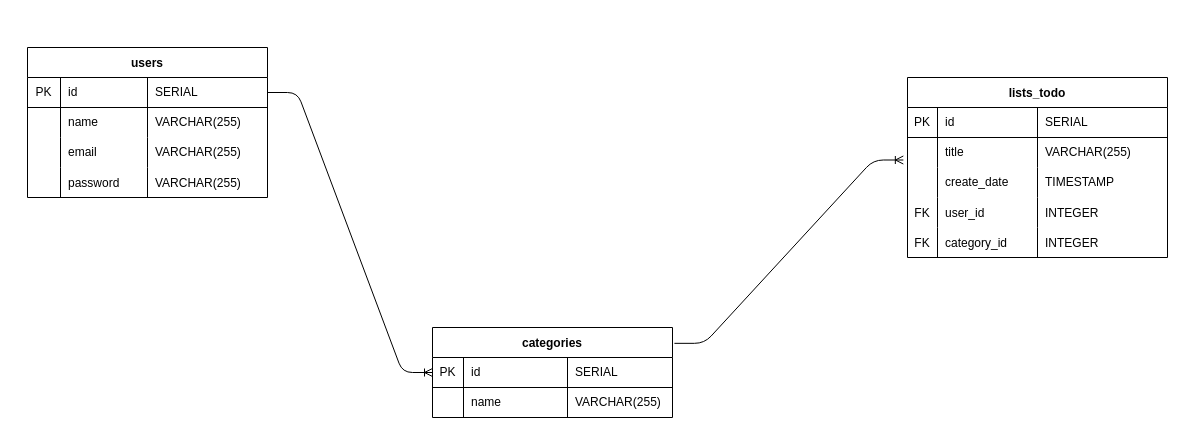
Above: ERD/ERD-SmartToDo.drawio in zacharypantalone/Smart-ToDo-List (draw.io), before the change. Source tidied: cells renumbered, new cells numbered last; positions are measured from the earlier drawing's top-left corner, leaving out a move shared by most shapes. Both pictures are drawn from the tidied source at 100%, with x=0, y=0 at pixel (27, 47).
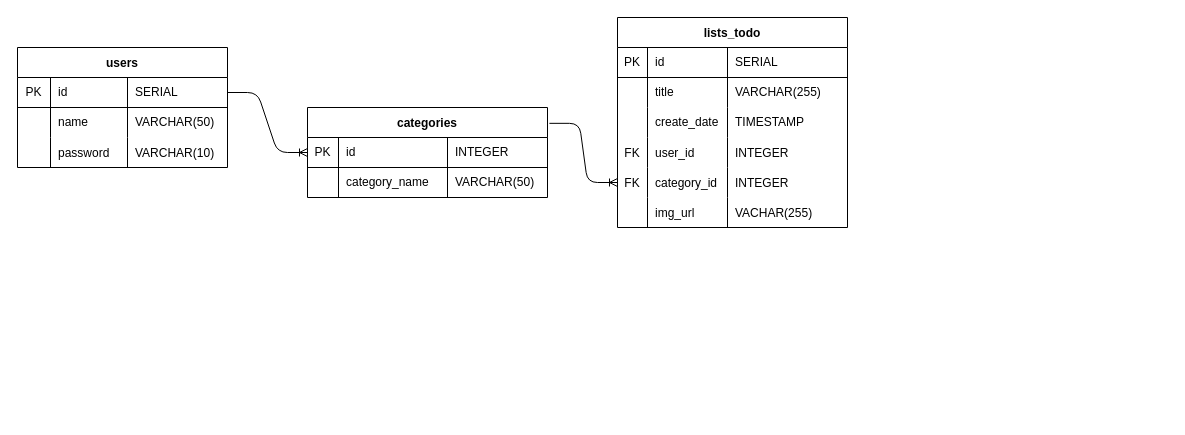
The same page after the edit.

The change refers to these unchanged cells:
```xml
<mxCell id="24" style="shape=partialRectangle;html=1;whiteSpace=wrap;fillColor=none;top=0;left=0;bottom=1;right=0;points=[[0,0.5],[1,0.5]];portConstraint=eastwest;" parent="23" vertex="1">
  <mxGeometry y="30" width="240" height="30" as="geometry" />
</mxCell>
<mxCell id="28" style="shape=partialRectangle;html=1;whiteSpace=wrap;fillColor=none;top=0;left=0;bottom=0;right=0;" parent="23" vertex="1">
  <mxGeometry y="60" width="240" height="30" as="geometry" />
</mxCell>
```

What changed in the source:
```diff
@@
     <mxCell id="2" value="lists_todo" style="shape=table;startSize=30;childLayout=tableLayout;rowLines=0;fontStyle=1;align=center;" parent="1" vertex="1">
-      <mxGeometry x="880" y="30" width="260" height="180" as="geometry" />
+      <mxGeometry x="590" y="-30" width="230" height="210" as="geometry" />
     </mxCell>
     <mxCell id="3" style="shape=partialRectangle;html=1;whiteSpace=wrap;fillColor=none;top=0;left=0;bottom=1;right=0;" parent="2" vertex="1">
-      <mxGeometry y="30" width="260" height="30" as="geometry" />
+      <mxGeometry y="30" width="230" height="30" as="geometry" />
     </mxCell>
@@
     <mxCell id="5" value="id" style="shape=partialRectangle;html=1;whiteSpace=wrap;fillColor=none;top=0;left=0;bottom=0;right=0;align=left;spacingLeft=6;overflow=hidden;" parent="3" vertex="1">
-      <mxGeometry x="30" width="100" height="30" as="geometry" />
+      <mxGeometry x="30" width="80" height="30" as="geometry" />
     </mxCell>
     <mxCell id="6" value="SERIAL" style="shape=partialRectangle;html=1;whiteSpace=wrap;fillColor=none;top=0;left=0;bottom=0;right=0;align=left;spacingLeft=6;overflow=hidden;" parent="3" vertex="1">
-      <mxGeometry x="130" width="130" height="30" as="geometry" />
+      <mxGeometry x="110" width="120" height="30" as="geometry" />
     </mxCell>
     <mxCell id="7" style="shape=partialRectangle;html=1;whiteSpace=wrap;fillColor=none;top=0;left=0;bottom=0;right=0;points=[[0,0.5],[1,0.5]];portConstraint=eastwest;" parent="2" vertex="1">
-      <mxGeometry y="60" width="260" height="30" as="geometry" />
+      <mxGeometry y="60" width="230" height="30" as="geometry" />
     </mxCell>
@@
     <mxCell id="9" value="title" style="shape=partialRectangle;html=1;whiteSpace=wrap;fillColor=none;top=0;left=0;bottom=0;right=0;align=left;spacingLeft=6;overflow=hidden;" parent="7" vertex="1">
-      <mxGeometry x="30" width="100" height="30" as="geometry" />
+      <mxGeometry x="30" width="80" height="30" as="geometry" />
     </mxCell>
     <mxCell id="10" value="VARCHAR(255)" style="shape=partialRectangle;html=1;whiteSpace=wrap;fillColor=none;top=0;left=0;bottom=0;right=0;align=left;spacingLeft=6;overflow=hidden;" parent="7" vertex="1">
-      <mxGeometry x="130" width="130" height="30" as="geometry" />
+      <mxGeometry x="110" width="120" height="30" as="geometry" />
     </mxCell>
     <mxCell id="11" style="shape=partialRectangle;html=1;whiteSpace=wrap;fillColor=none;top=0;left=0;bottom=0;right=0;" parent="2" vertex="1">
-      <mxGeometry y="90" width="260" height="30" as="geometry" />
+      <mxGeometry y="90" width="230" height="30" as="geometry" />
     </mxCell>
@@
     <mxCell id="13" value="create_date" style="shape=partialRectangle;html=1;whiteSpace=wrap;fillColor=none;top=0;left=0;bottom=0;right=0;align=left;spacingLeft=6;overflow=hidden;" parent="11" vertex="1">
-      <mxGeometry x="30" width="100" height="30" as="geometry" />
+      <mxGeometry x="30" width="80" height="30" as="geometry" />
     </mxCell>
     <mxCell id="14" value="TIMESTAMP" style="shape=partialRectangle;html=1;whiteSpace=wrap;fillColor=none;top=0;left=0;bottom=0;right=0;align=left;spacingLeft=6;overflow=hidden;" parent="11" vertex="1">
-      <mxGeometry x="130" width="130" height="30" as="geometry" />
+      <mxGeometry x="110" width="120" height="30" as="geometry" />
     </mxCell>
     <mxCell id="15" style="shape=tableRow;horizontal=0;startSize=0;swimlaneHead=0;swimlaneBody=0;fillColor=none;top=0;left=0;right=0;bottom=0;" parent="2" vertex="1">
-      <mxGeometry y="120" width="260" height="30" as="geometry" />
+      <mxGeometry y="120" width="230" height="30" as="geometry" />
     </mxCell>
@@
     <mxCell id="17" value="user_id" style="shape=partialRectangle;fillColor=none;top=0;left=0;bottom=0;right=0;align=left;spacingLeft=6;overflow=hidden;" parent="15" vertex="1">
-      <mxGeometry x="30" width="100" height="30" as="geometry" />
+      <mxGeometry x="30" width="80" height="30" as="geometry" />
     </mxCell>
     <mxCell id="18" value="INTEGER" style="shape=partialRectangle;fillColor=none;top=0;left=0;bottom=0;right=0;align=left;spacingLeft=6;overflow=hidden;" parent="15" vertex="1">
-      <mxGeometry x="130" width="130" height="30" as="geometry" />
+      <mxGeometry x="110" width="120" height="30" as="geometry" />
     </mxCell>
     <mxCell id="19" style="shape=tableRow;horizontal=0;startSize=0;swimlaneHead=0;swimlaneBody=0;fillColor=none;points=[[0,0.5],[1,0.5]];portConstraint=eastwest;top=0;left=0;right=0;bottom=0;" parent="2" vertex="1">
-      <mxGeometry y="150" width="260" height="30" as="geometry" />
+      <mxGeometry y="150" width="230" height="30" as="geometry" />
     </mxCell>
@@
     <mxCell id="21" value="category_id" style="shape=partialRectangle;fillColor=none;top=0;left=0;bottom=0;right=0;align=left;spacingLeft=6;overflow=hidden;" parent="19" vertex="1">
-      <mxGeometry x="30" width="100" height="30" as="geometry" />
+      <mxGeometry x="30" width="80" height="30" as="geometry" />
     </mxCell>
     <mxCell id="22" value="INTEGER" style="shape=partialRectangle;fillColor=none;top=0;left=0;bottom=0;right=0;align=left;spacingLeft=6;overflow=hidden;" parent="19" vertex="1">
-      <mxGeometry x="130" width="130" height="30" as="geometry" />
+      <mxGeometry x="110" width="120" height="30" as="geometry" />
     </mxCell>
+    <mxCell id="51" style="shape=partialRectangle;fillColor=none;top=0;left=0;bottom=0;right=0;" parent="2" vertex="1">
+      <mxGeometry y="180" width="230" height="30" as="geometry" />
+    </mxCell>
+    <mxCell id="52" style="shape=partialRectangle;fillColor=none;top=0;left=0;bottom=0;right=0;overflow=hidden;" parent="51" vertex="1">
+      <mxGeometry width="30" height="30" as="geometry" />
+    </mxCell>
+    <mxCell id="53" value="img_url" style="shape=partialRectangle;fillColor=none;top=0;left=0;bottom=0;right=0;align=left;spacingLeft=6;overflow=hidden;" parent="51" vertex="1">
+      <mxGeometry x="30" width="80" height="30" as="geometry" />
+    </mxCell>
+    <mxCell id="54" value="VACHAR(255)" style="shape=partialRectangle;fillColor=none;top=0;left=0;bottom=0;right=0;align=left;spacingLeft=6;overflow=hidden;" parent="51" vertex="1">
+      <mxGeometry x="110" width="120" height="30" as="geometry" />
+    </mxCell>
     <mxCell id="23" value="categories" style="shape=table;startSize=30;childLayout=tableLayout;rowLines=0;fontStyle=1;align=center;" parent="1" vertex="1">
-      <mxGeometry x="405" y="280" width="240" height="90" as="geometry" />
+      <mxGeometry x="280" y="60" width="240" height="90" as="geometry" />
     </mxCell>
@@
     <mxCell id="26" value="id" style="shape=partialRectangle;html=1;whiteSpace=wrap;fillColor=none;top=0;left=0;bottom=0;right=0;align=left;spacingLeft=6;overflow=hidden;" parent="24" vertex="1">
-      <mxGeometry x="31" width="104" height="30" as="geometry" />
+      <mxGeometry x="31" width="109" height="30" as="geometry" />
     </mxCell>
-    <mxCell id="27" value="SERIAL" style="shape=partialRectangle;html=1;whiteSpace=wrap;fillColor=none;top=0;left=0;bottom=0;right=0;align=left;spacingLeft=6;overflow=hidden;" parent="24" vertex="1">
-      <mxGeometry x="135" width="105" height="30" as="geometry" />
+    <mxCell id="27" value="INTEGER" style="shape=partialRectangle;html=1;whiteSpace=wrap;fillColor=none;top=0;left=0;bottom=0;right=0;align=left;spacingLeft=6;overflow=hidden;" parent="24" vertex="1">
+      <mxGeometry x="140" width="100" height="30" as="geometry" />
     </mxCell>
@@
-    <mxCell id="30" value="name" style="shape=partialRectangle;html=1;whiteSpace=wrap;fillColor=none;top=0;left=0;bottom=0;right=0;align=left;spacingLeft=6;overflow=hidden;" parent="28" vertex="1">
-      <mxGeometry x="31" width="104" height="30" as="geometry" />
+    <mxCell id="30" value="&lt;font face=&quot;helvetica&quot;&gt;category_name&lt;/font&gt;" style="shape=partialRectangle;html=1;whiteSpace=wrap;fillColor=none;top=0;left=0;bottom=0;right=0;align=left;spacingLeft=6;overflow=hidden;" parent="28" vertex="1">
+      <mxGeometry x="31" width="109" height="30" as="geometry" />
     </mxCell>
-    <mxCell id="31" value="VARCHAR(255)" style="shape=partialRectangle;html=1;whiteSpace=wrap;fillColor=none;top=0;left=0;bottom=0;right=0;align=left;spacingLeft=6;overflow=hidden;" parent="28" vertex="1">
-      <mxGeometry x="135" width="105" height="30" as="geometry" />
+    <mxCell id="31" value="VARCHAR(50)" style="shape=partialRectangle;html=1;whiteSpace=wrap;fillColor=none;top=0;left=0;bottom=0;right=0;align=left;spacingLeft=6;overflow=hidden;" parent="28" vertex="1">
+      <mxGeometry x="140" width="100" height="30" as="geometry" />
     </mxCell>
     <mxCell id="32" value="users" style="shape=table;startSize=30;childLayout=tableLayout;rowLines=0;fontStyle=1;align=center;" parent="1" vertex="1">
-      <mxGeometry width="240" height="150" as="geometry" />
+      <mxGeometry x="-10" width="210" height="120" as="geometry" />
     </mxCell>
     <mxCell id="33" style="shape=partialRectangle;html=1;whiteSpace=wrap;fillColor=none;top=0;left=0;bottom=1;right=0;points=[[0,0.5],[1,0.5]];portConstraint=eastwest;" parent="32" vertex="1">
-      <mxGeometry y="30" width="240" height="30" as="geometry" />
+      <mxGeometry y="30" width="210" height="30" as="geometry" />
     </mxCell>
@@
     <mxCell id="35" value="id" style="shape=partialRectangle;html=1;whiteSpace=wrap;fillColor=none;top=0;left=0;bottom=0;right=0;align=left;spacingLeft=6;overflow=hidden;" parent="33" vertex="1">
-      <mxGeometry x="33" width="87" height="30" as="geometry" />
+      <mxGeometry x="33" width="77" height="30" as="geometry" />
     </mxCell>
     <mxCell id="36" value="SERIAL" style="shape=partialRectangle;html=1;whiteSpace=wrap;fillColor=none;top=0;left=0;bottom=0;right=0;align=left;spacingLeft=6;overflow=hidden;" parent="33" vertex="1">
-      <mxGeometry x="120" width="120" height="30" as="geometry" />
+      <mxGeometry x="110" width="100" height="30" as="geometry" />
     </mxCell>
     <mxCell id="37" style="shape=partialRectangle;html=1;whiteSpace=wrap;fillColor=none;top=0;left=0;bottom=0;right=0;" parent="32" vertex="1">
-      <mxGeometry y="60" width="240" height="30" as="geometry" />
+      <mxGeometry y="60" width="210" height="30" as="geometry" />
     </mxCell>
@@
     <mxCell id="39" value="name" style="shape=partialRectangle;html=1;whiteSpace=wrap;fillColor=none;top=0;left=0;bottom=0;right=0;align=left;spacingLeft=6;overflow=hidden;" parent="37" vertex="1">
-      <mxGeometry x="33" width="87" height="30" as="geometry" />
+      <mxGeometry x="33" width="77" height="30" as="geometry" />
     </mxCell>
-    <mxCell id="40" value="VARCHAR(255)" style="shape=partialRectangle;html=1;whiteSpace=wrap;fillColor=none;top=0;left=0;bottom=0;right=0;align=left;spacingLeft=6;overflow=hidden;" parent="37" vertex="1">
-      <mxGeometry x="120" width="120" height="30" as="geometry" />
+    <mxCell id="40" value="VARCHAR(50)" style="shape=partialRectangle;html=1;whiteSpace=wrap;fillColor=none;top=0;left=0;bottom=0;right=0;align=left;spacingLeft=6;overflow=hidden;" parent="37" vertex="1">
+      <mxGeometry x="110" width="100" height="30" as="geometry" />
     </mxCell>
-    <mxCell id="41" style="shape=partialRectangle;html=1;whiteSpace=wrap;fillColor=none;top=0;left=0;bottom=0;right=0;" parent="32" vertex="1">
-      <mxGeometry y="90" width="240" height="30" as="geometry" />
-    </mxCell>
-    <mxCell id="42" style="shape=partialRectangle;html=1;whiteSpace=wrap;fillColor=none;top=0;left=0;bottom=0;right=0;overflow=hidden;" parent="41" vertex="1">
-      <mxGeometry width="33" height="30" as="geometry" />
-    </mxCell>
-    <mxCell id="43" value="email" style="shape=partialRectangle;html=1;whiteSpace=wrap;fillColor=none;top=0;left=0;bottom=0;right=0;align=left;spacingLeft=6;overflow=hidden;" parent="41" vertex="1">
-      <mxGeometry x="33" width="87" height="30" as="geometry" />
-    </mxCell>
-    <mxCell id="44" value="&lt;span&gt;VARCHAR(255)&lt;/span&gt;" style="shape=partialRectangle;html=1;whiteSpace=wrap;fillColor=none;top=0;left=0;bottom=0;right=0;align=left;spacingLeft=6;overflow=hidden;" parent="41" vertex="1">
-      <mxGeometry x="120" width="120" height="30" as="geometry" />
-    </mxCell>
     <mxCell id="45" style="shape=partialRectangle;fillColor=none;top=0;left=0;bottom=0;right=0;" parent="32" vertex="1">
-      <mxGeometry y="120" width="240" height="30" as="geometry" />
+      <mxGeometry y="90" width="210" height="30" as="geometry" />
     </mxCell>
@@
     <mxCell id="47" value="password" style="shape=partialRectangle;fillColor=none;top=0;left=0;bottom=0;right=0;align=left;spacingLeft=6;overflow=hidden;" parent="45" vertex="1">
-      <mxGeometry x="33" width="87" height="30" as="geometry" />
+      <mxGeometry x="33" width="77" height="30" as="geometry" />
     </mxCell>
-    <mxCell id="48" value="VARCHAR(255)" style="shape=partialRectangle;fillColor=none;top=0;left=0;bottom=0;right=0;align=left;spacingLeft=6;overflow=hidden;" parent="45" vertex="1">
-      <mxGeometry x="120" width="120" height="30" as="geometry" />
+    <mxCell id="48" value="VARCHAR(10)" style="shape=partialRectangle;fillColor=none;top=0;left=0;bottom=0;right=0;align=left;spacingLeft=6;overflow=hidden;" parent="45" vertex="1">
+      <mxGeometry x="110" width="100" height="30" as="geometry" />
     </mxCell>
@@
-    <mxCell id="50" style="edgeStyle=entityRelationEdgeStyle;fontSize=12;html=1;endArrow=ERoneToMany;entryX=-0.016;entryY=0.75;entryDx=0;entryDy=0;exitX=1.008;exitY=0.176;exitDx=0;exitDy=0;exitPerimeter=0;entryPerimeter=0;" parent="1" edge="1" source="23" target="7">
+    <mxCell id="50" style="edgeStyle=entityRelationEdgeStyle;fontSize=12;html=1;endArrow=ERoneToMany;entryX=0;entryY=0.5;entryDx=0;entryDy=0;exitX=1.008;exitY=0.176;exitDx=0;exitDy=0;exitPerimeter=0;" parent="1" edge="1" source="23" target="19">
       <mxGeometry relative="1" as="geometry" />
     </mxCell>
```
